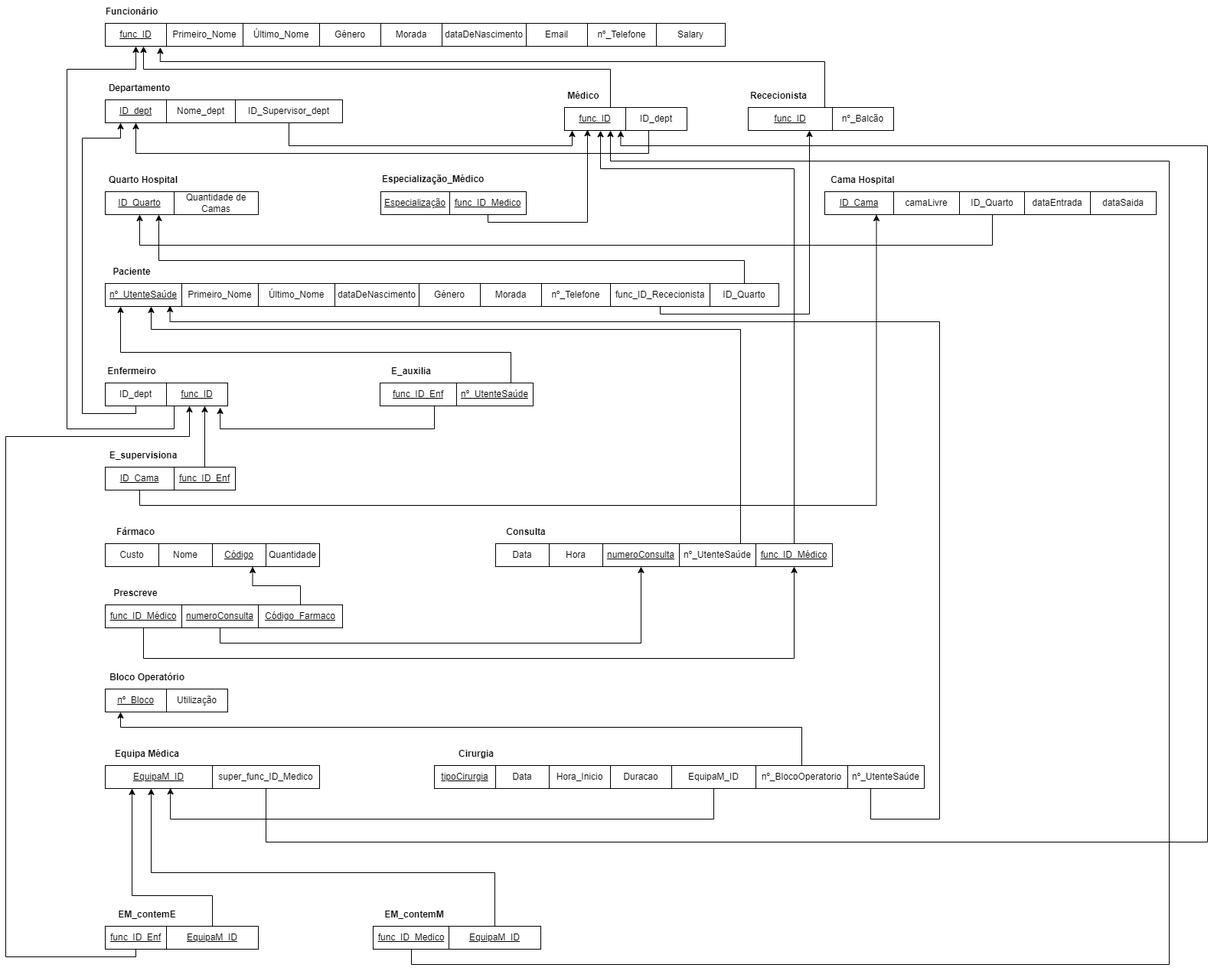
Above: diagramas_v2/Hospital_management_System_esquemaR.drawio.png in CF2001/Database (draw.io), before the change. Source tidied: cells renumbered, new cells last; positions are measured from the earlier drawing's top-left corner, leaving out a move shared by most shapes.
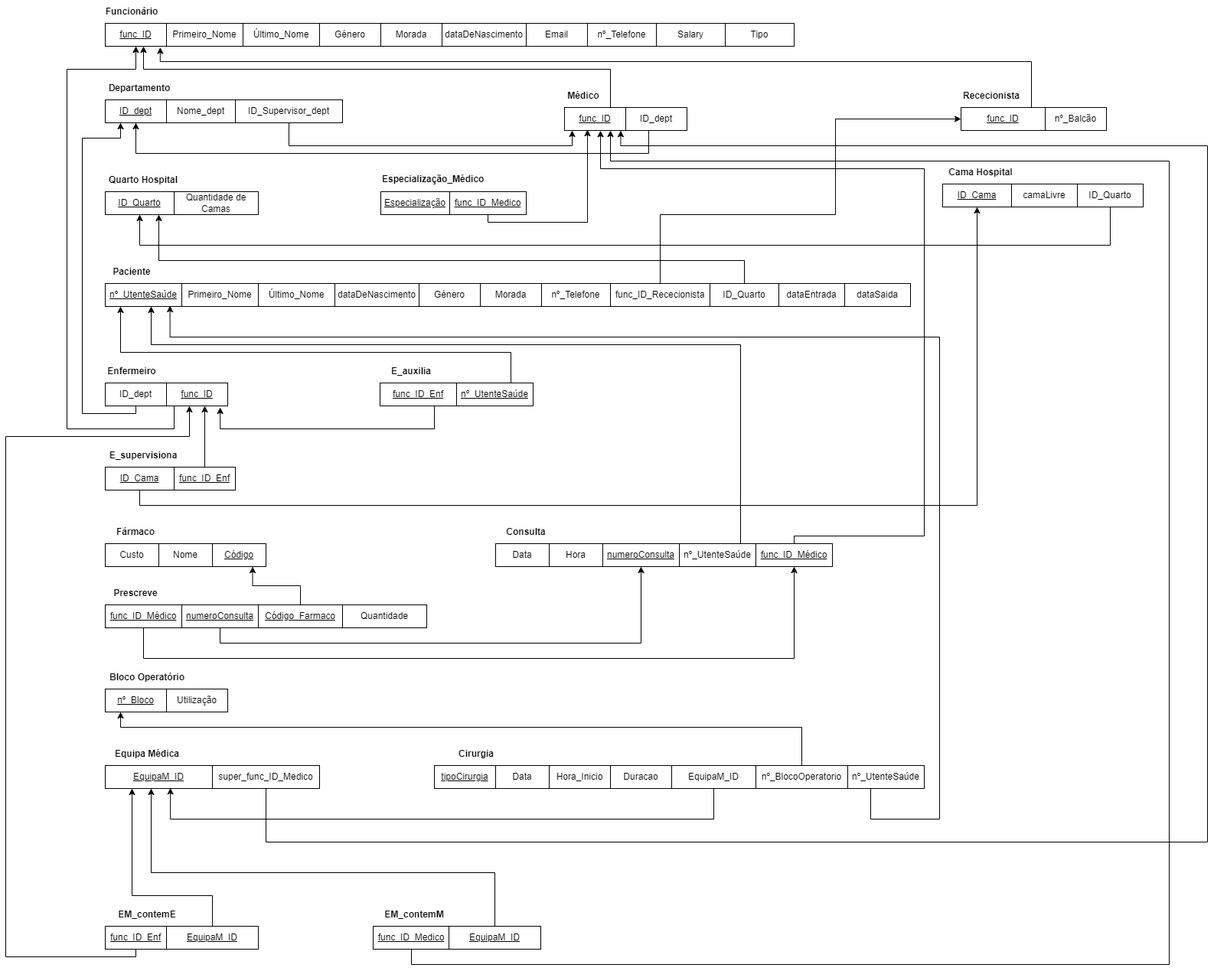
Above is the later version.

Commit message:
diagram + table adjustment

The edit, as a diff of the source:
```diff
@@ -48,18 +48,18 @@
       <mxGeometry x="730" y="140" width="80" height="30" as="geometry" />
     </mxCell>
     <mxCell id="15" value="&lt;b&gt;Rececionista&lt;/b&gt;" style="text;html=1;strokeColor=none;fillColor=none;align=center;verticalAlign=middle;whiteSpace=wrap;rounded=0;" parent="1" vertex="1">
-      <mxGeometry x="970" y="110" width="80" height="30" as="geometry" />
+      <mxGeometry x="1248" y="110" width="80" height="30" as="geometry" />
     </mxCell>
     <mxCell id="16" style="edgeStyle=orthogonalEdgeStyle;rounded=0;jettySize=auto;html=1;entryX=0.898;entryY=1.047;entryDx=0;entryDy=0;entryPerimeter=0;" parent="1" edge="1" source="17" target="2">
       <mxGeometry relative="1" as="geometry">
         <Array as="points">
-          <mxPoint x="1070" y="80" />
+          <mxPoint x="1340" y="80" />
           <mxPoint x="202" y="80" />
         </Array>
       </mxGeometry>
     </mxCell>
     <mxCell id="17" value="&lt;u&gt;func_ID&lt;/u&gt;" style="rounded=0;whiteSpace=wrap;html=1;" parent="1" vertex="1">
-      <mxGeometry x="970" y="140" width="110" height="30" as="geometry" />
+      <mxGeometry x="1248" y="140" width="110" height="30" as="geometry" />
     </mxCell>
     <mxCell id="18" value="&lt;b&gt;Quarto Hospital&lt;/b&gt;" style="text;html=1;strokeColor=none;fillColor=none;align=center;verticalAlign=middle;whiteSpace=wrap;rounded=0;" parent="1" vertex="1">
       <mxGeometry x="130" y="220" width="100" height="30" as="geometry" />
@@ -157,11 +157,11 @@
     <mxCell id="41" value="&lt;b&gt;E_supervisiona&lt;/b&gt;" style="text;html=1;strokeColor=none;fillColor=none;align=center;verticalAlign=middle;whiteSpace=wrap;rounded=0;" parent="1" vertex="1">
       <mxGeometry x="130" y="580" width="100" height="30" as="geometry" />
     </mxCell>
-    <mxCell id="42" style="edgeStyle=orthogonalEdgeStyle;rounded=0;jettySize=auto;html=1;entryX=0.75;entryY=1;entryDx=0;entryDy=0;" parent="1" edge="1" source="43" target="78">
+    <mxCell id="42" style="edgeStyle=orthogonalEdgeStyle;rounded=0;jettySize=auto;html=1;entryX=0.5;entryY=1;entryDx=0;entryDy=0;endArrow=classic;endFill=1;" parent="1" edge="1" source="43" target="78">
       <mxGeometry relative="1" as="geometry">
         <Array as="points">
           <mxPoint x="175" y="660" />
-          <mxPoint x="1138" y="660" />
+          <mxPoint x="1269" y="660" />
         </Array>
       </mxGeometry>
     </mxCell>
@@ -217,7 +217,9 @@
     <mxCell id="54" style="edgeStyle=orthogonalEdgeStyle;rounded=0;jettySize=auto;html=1;entryX=0.588;entryY=1.007;entryDx=0;entryDy=0;entryPerimeter=0;" parent="1" edge="1" source="55" target="14">
       <mxGeometry relative="1" as="geometry">
         <Array as="points">
-          <mxPoint x="1030" y="220" />
+          <mxPoint x="1030" y="700" />
+          <mxPoint x="1200" y="700" />
+          <mxPoint x="1200" y="220" />
           <mxPoint x="777" y="220" />
         </Array>
       </mxGeometry>
@@ -225,15 +227,15 @@
     <mxCell id="55" value="&lt;u&gt;func_ID_Médico&lt;/u&gt;" style="rounded=0;whiteSpace=wrap;html=1;" parent="1" vertex="1">
       <mxGeometry x="980" y="710" width="100" height="30" as="geometry" />
     </mxCell>
-    <mxCell id="56" style="edgeStyle=orthogonalEdgeStyle;rounded=0;jettySize=auto;html=1;" parent="1" edge="1" source="57">
-      <mxGeometry relative="1" as="geometry">
-        <mxPoint x="1050" y="170" as="targetPoint" />
-        <Array as="points">
-          <mxPoint x="855" y="410" />
-          <mxPoint x="1050" y="410" />
-        </Array>
-      </mxGeometry>
-    </mxCell>
+    <mxCell id="115" style="edgeStyle=orthogonalEdgeStyle;rounded=0;jettySize=auto;html=1;entryX=0;entryY=0.5;entryDx=0;entryDy=0;endArrow=classic;endFill=1;" parent="1" edge="1" source="57" target="17">
+      <mxGeometry relative="1" as="geometry">
+        <Array as="points">
+          <mxPoint x="855" y="280" />
+          <mxPoint x="1084" y="280" />
+          <mxPoint x="1084" y="155" />
+        </Array>
+      </mxGeometry>
+    </mxCell>
     <mxCell id="57" value="func_ID_Rececionista" style="rounded=0;whiteSpace=wrap;html=1;" parent="1" vertex="1">
       <mxGeometry x="790" y="370" width="130" height="30" as="geometry" />
     </mxCell>
@@ -241,9 +243,8 @@
       <mxGeometry relative="1" as="geometry">
         <mxPoint x="190" y="400" as="targetPoint" />
         <Array as="points">
-          <mxPoint x="960" y="430" />
-          <mxPoint x="190" y="430" />
-          <mxPoint x="190" y="400" />
+          <mxPoint x="960" y="450" />
+          <mxPoint x="190" y="450" />
         </Array>
       </mxGeometry>
     </mxCell>
@@ -262,9 +263,6 @@
     <mxCell id="63" value="&lt;u&gt;Código&lt;/u&gt;" style="rounded=0;whiteSpace=wrap;html=1;" parent="1" vertex="1">
       <mxGeometry x="270" y="710" width="70" height="30" as="geometry" />
     </mxCell>
-    <mxCell id="64" value="Quantidade" style="rounded=0;whiteSpace=wrap;html=1;" parent="1" vertex="1">
-      <mxGeometry x="340" y="710" width="70" height="30" as="geometry" />
-    </mxCell>
     <mxCell id="65" value="&lt;b&gt;Prescreve&lt;/b&gt;" style="text;html=1;strokeColor=none;fillColor=none;align=center;verticalAlign=middle;whiteSpace=wrap;rounded=0;" parent="1" vertex="1">
       <mxGeometry x="130" y="760" width="80" height="30" as="geometry" />
     </mxCell>
@@ -316,16 +314,16 @@
       <mxGeometry x="580" y="250" width="100" height="30" as="geometry" />
     </mxCell>
     <mxCell id="76" value="nº_Balcão" style="rounded=0;whiteSpace=wrap;html=1;" parent="1" vertex="1">
-      <mxGeometry x="1080" y="140" width="80" height="30" as="geometry" />
+      <mxGeometry x="1358" y="140" width="80" height="30" as="geometry" />
     </mxCell>
     <mxCell id="77" value="&lt;b&gt;Cama Hospital&lt;/b&gt;" style="text;html=1;strokeColor=none;fillColor=none;align=center;verticalAlign=middle;whiteSpace=wrap;rounded=0;" parent="1" vertex="1">
-      <mxGeometry x="1070" y="220" width="100" height="30" as="geometry" />
+      <mxGeometry x="1224" y="210" width="100" height="30" as="geometry" />
     </mxCell>
     <mxCell id="78" value="&lt;u&gt;ID_Cama&lt;/u&gt;" style="rounded=0;whiteSpace=wrap;html=1;" parent="1" vertex="1">
-      <mxGeometry x="1070" y="250" width="90" height="30" as="geometry" />
+      <mxGeometry x="1224" y="240" width="90" height="30" as="geometry" />
     </mxCell>
     <mxCell id="79" value="camaLivre" style="rounded=0;whiteSpace=wrap;html=1;" parent="1" vertex="1">
-      <mxGeometry x="1160" y="250" width="86" height="30" as="geometry" />
+      <mxGeometry x="1314" y="240" width="86" height="30" as="geometry" />
     </mxCell>
     <mxCell id="80" value="&lt;b&gt;Bloco Operatório&lt;/b&gt;" style="text;html=1;strokeColor=none;fillColor=none;align=center;verticalAlign=middle;whiteSpace=wrap;rounded=0;" parent="1" vertex="1">
       <mxGeometry x="130" y="870" width="110" height="30" as="geometry" />
@@ -377,8 +375,8 @@
         <Array as="points">
           <mxPoint x="1130" y="1070" />
           <mxPoint x="1220" y="1070" />
-          <mxPoint x="1220" y="420" />
-          <mxPoint x="215" y="420" />
+          <mxPoint x="1220" y="440" />
+          <mxPoint x="215" y="440" />
         </Array>
       </mxGeometry>
     </mxCell>
@@ -467,32 +465,38 @@
     <mxCell id="109" style="edgeStyle=orthogonalEdgeStyle;rounded=0;jettySize=auto;html=1;entryX=0.5;entryY=1;entryDx=0;entryDy=0;" parent="1" edge="1" source="110" target="20">
       <mxGeometry relative="1" as="geometry">
         <Array as="points">
-          <mxPoint x="1289" y="320" />
+          <mxPoint x="1443" y="320" />
           <mxPoint x="175" y="320" />
         </Array>
       </mxGeometry>
     </mxCell>
     <mxCell id="110" value="ID_Quarto" style="rounded=0;whiteSpace=wrap;html=1;" parent="1" vertex="1">
-      <mxGeometry x="1246" y="250" width="86" height="30" as="geometry" />
+      <mxGeometry x="1400" y="240" width="86" height="30" as="geometry" />
     </mxCell>
+    <mxCell id="113" style="edgeStyle=orthogonalEdgeStyle;rounded=0;jettySize=auto;html=1;" parent="1" edge="1" source="114">
+      <mxGeometry relative="1" as="geometry">
+        <mxPoint x="200" y="280" as="targetPoint" />
+        <Array as="points">
+          <mxPoint x="965" y="340" />
+          <mxPoint x="200" y="340" />
+          <mxPoint x="200" y="280" />
+        </Array>
+      </mxGeometry>
+    </mxCell>
+    <mxCell id="114" value="ID_Quarto" style="rounded=0;whiteSpace=wrap;html=1;" parent="1" vertex="1">
+      <mxGeometry x="920" y="370" width="90" height="30" as="geometry" />
+    </mxCell>
+    <mxCell id="64" value="Quantidade" style="rounded=0;whiteSpace=wrap;html=1;" parent="1" vertex="1">
+      <mxGeometry x="440" y="790" width="110" height="30" as="geometry" />
+    </mxCell>
     <mxCell id="111" value="dataEntrada" style="rounded=0;whiteSpace=wrap;html=1;" parent="1" vertex="1">
-      <mxGeometry x="1331" y="250" width="86" height="30" as="geometry" />
+      <mxGeometry x="1010" y="370" width="86" height="30" as="geometry" />
     </mxCell>
     <mxCell id="112" value="dataSaida" style="rounded=0;whiteSpace=wrap;html=1;" parent="1" vertex="1">
-      <mxGeometry x="1417" y="250" width="86" height="30" as="geometry" />
+      <mxGeometry x="1096" y="370" width="86" height="30" as="geometry" />
     </mxCell>
-    <mxCell id="113" style="edgeStyle=orthogonalEdgeStyle;rounded=0;jettySize=auto;html=1;" parent="1" edge="1" source="114">
-      <mxGeometry relative="1" as="geometry">
-        <mxPoint x="200" y="280" as="targetPoint" />
-        <Array as="points">
-          <mxPoint x="965" y="340" />
-          <mxPoint x="200" y="340" />
-          <mxPoint x="200" y="280" />
-        </Array>
-      </mxGeometry>
-    </mxCell>
-    <mxCell id="114" value="ID_Quarto" style="rounded=0;whiteSpace=wrap;html=1;" parent="1" vertex="1">
-      <mxGeometry x="920" y="370" width="90" height="30" as="geometry" />
-    </mxCell>
+    <mxCell id="116" value="Tipo" style="rounded=0;whiteSpace=wrap;html=1;" parent="1" vertex="1">
+      <mxGeometry x="940" y="30" width="90" height="30" as="geometry" />
+    </mxCell>
   </root>
 </mxGraphModel>
```
